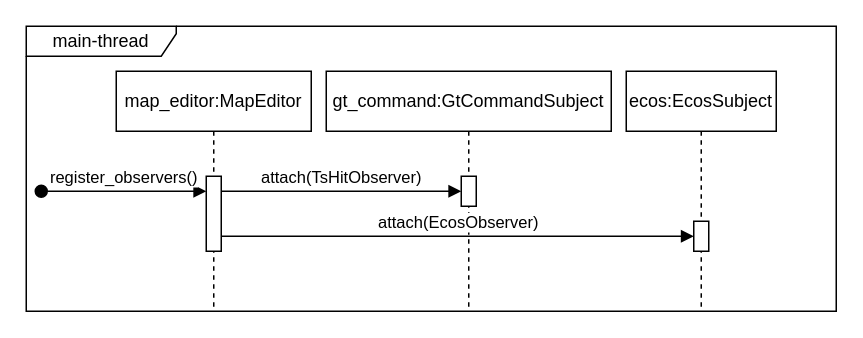
pascalreiss/draw_io_stuff keeps this draw.io diagram as procedural/setup_trainswitch_hit.drawio. Above is the earlier version. Source tidied: cells renumbered, new cells numbered last; positions are measured from the earlier drawing's top-left corner, leaving out a move shared by most shapes. Both pictures are drawn from the tidied source at 150%, with x=0, y=0 at pixel (26, 26).
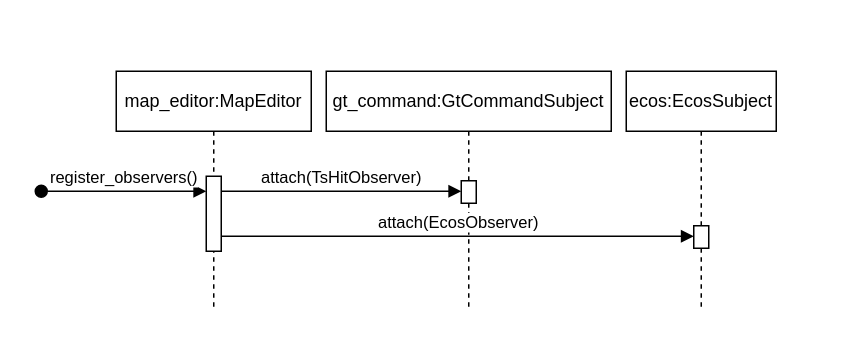
After the change.

The edit, as a diff of the source:
```diff
@@
 <mxGraphModel>
   <root>
     <mxCell id="0" />
     <mxCell id="1" parent="0" />
     <mxCell id="2" value="map_editor:MapEditor" style="shape=umlLifeline;perimeter=lifelinePerimeter;whiteSpace=wrap;html=1;newEdgeStyle={&quot;curved&quot;:0,&quot;rounded&quot;:0};" parent="1" vertex="1">
       <mxGeometry x="60" y="30" width="130" height="160" as="geometry" />
     </mxCell>
     <mxCell id="3" style="html=1;points=[[0,0,0,0,5],[0,1,0,0,-5],[1,0,0,0,5],[1,1,0,0,-5]];perimeter=orthogonalPerimeter;outlineConnect=0;targetShapes=umlLifeline;portConstraint=eastwest;newEdgeStyle={&quot;curved&quot;:0,&quot;rounded&quot;:0};" parent="2" vertex="1">
       <mxGeometry x="60" y="70" width="10" height="50" as="geometry" />
     </mxCell>
     <mxCell id="4" value="gt_command:GtCommandSubject" style="shape=umlLifeline;perimeter=lifelinePerimeter;whiteSpace=wrap;html=1;newEdgeStyle={&quot;curved&quot;:0,&quot;rounded&quot;:0};" parent="1" vertex="1">
       <mxGeometry x="200" y="30" width="190" height="160" as="geometry" />
     </mxCell>
     <mxCell id="5" style="html=1;points=[[0,0,0,0,5],[0,1,0,0,-5],[1,0,0,0,5],[1,1,0,0,-5]];perimeter=orthogonalPerimeter;outlineConnect=0;targetShapes=umlLifeline;portConstraint=eastwest;newEdgeStyle={&quot;curved&quot;:0,&quot;rounded&quot;:0};" parent="4" vertex="1">
-      <mxGeometry x="90" y="70" width="10" height="20" as="geometry" />
+      <mxGeometry x="90" y="73" width="10" height="15" as="geometry" />
     </mxCell>
     <mxCell id="6" value="ecos:EcosSubject" style="shape=umlLifeline;perimeter=lifelinePerimeter;whiteSpace=wrap;html=1;newEdgeStyle={&quot;curved&quot;:0,&quot;rounded&quot;:0};" parent="1" vertex="1">
       <mxGeometry x="400" y="30" width="100" height="160" as="geometry" />
     </mxCell>
     <mxCell id="7" style="html=1;points=[[0,0,0,0,5],[0,1,0,0,-5],[1,0,0,0,5],[1,1,0,0,-5]];perimeter=orthogonalPerimeter;outlineConnect=0;targetShapes=umlLifeline;portConstraint=eastwest;newEdgeStyle={&quot;curved&quot;:0,&quot;rounded&quot;:0};" parent="6" vertex="1">
-      <mxGeometry x="45" y="100" width="10" height="20" as="geometry" />
+      <mxGeometry x="45" y="103" width="10" height="15" as="geometry" />
     </mxCell>
     <mxCell id="8" value="register_observers()" style="html=1;verticalAlign=bottom;startArrow=oval;startFill=1;endArrow=block;startSize=8;curved=0;rounded=0;" parent="1" edge="1" target="3">
       <mxGeometry relative="1" as="geometry">
         <mxPoint x="10" y="110" as="sourcePoint" />
         <Array as="points">
           <mxPoint x="70" y="110" />
         </Array>
       </mxGeometry>
     </mxCell>
     <mxCell id="9" value="attach(TsHitObserver)" style="html=1;verticalAlign=bottom;endArrow=block;curved=0;rounded=0;" parent="1" edge="1" source="3" target="5">
       <mxGeometry relative="1" as="geometry">
         <Array as="points">
           <mxPoint x="210" y="110" />
         </Array>
       </mxGeometry>
     </mxCell>
     <mxCell id="10" value="attach(EcosObserver)" style="html=1;verticalAlign=bottom;endArrow=block;curved=0;rounded=0;" parent="1" edge="1" source="3" target="7">
       <mxGeometry relative="1" as="geometry">
         <Array as="points">
           <mxPoint x="290" y="140" />
         </Array>
       </mxGeometry>
     </mxCell>
-    <mxCell id="11" value="main-thread" style="shape=umlFrame;whiteSpace=wrap;html=1;width=100;height=20;" parent="1" vertex="1">
-      <mxGeometry width="540" height="190" as="geometry" />
-    </mxCell>
   </root>
 </mxGraphModel>
```
